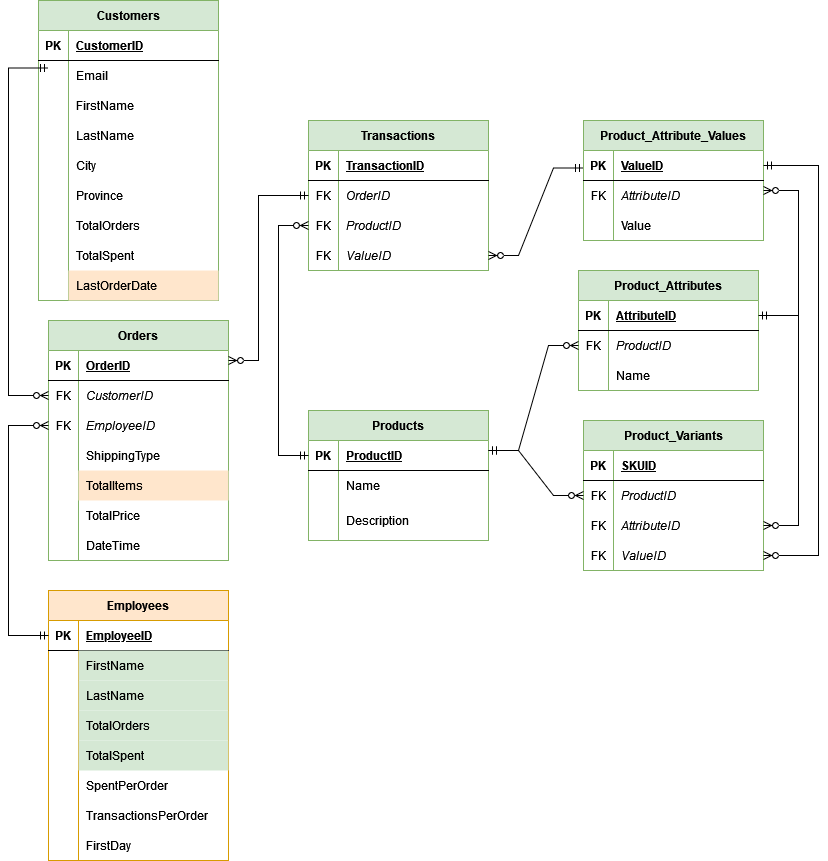
Before: extras/SchemaV2.png, a diagram exported from draw.io (fynnweaver/Shopify_Relational_Database). Source tidied: cells renumbered, new cells last; positions are measured from the earlier drawing's top-left corner, leaving out a move shared by most shapes.
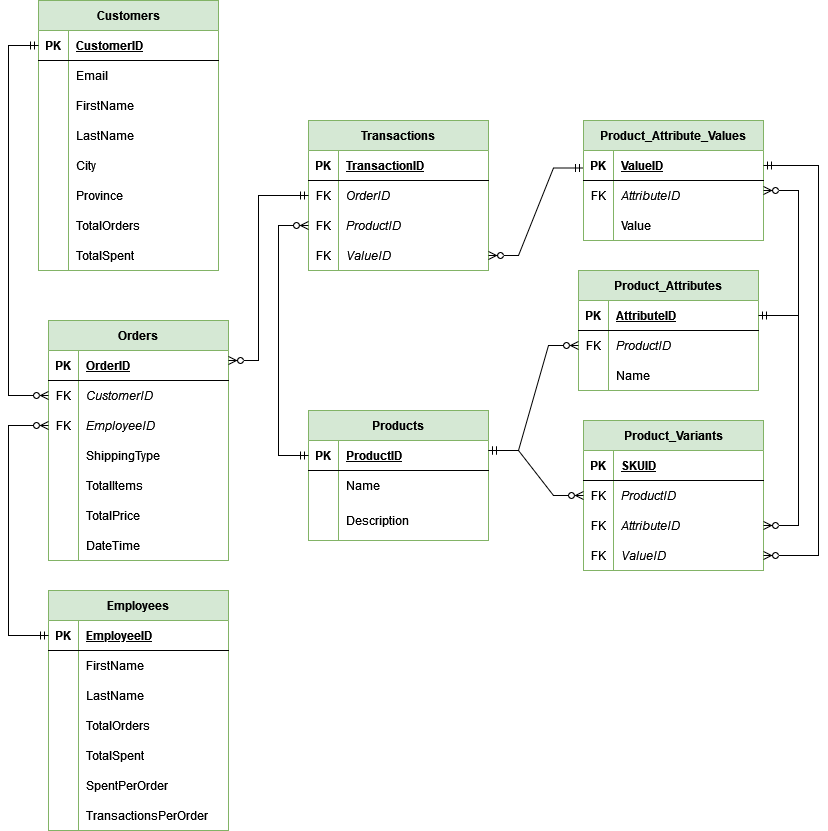
The same file after the commit.

Commit message:
Completed Schema table

What changed in the source:
```diff
@@ -132,7 +132,7 @@
       <mxGeometry x="30" width="150" height="30" as="geometry" />
     </mxCell>
     <mxCell id="45" value="Customers" style="shape=table;startSize=30;rowLines=0;fontStyle=1;align=center;fillColor=#d5e8d4;strokeColor=#82b366;" parent="1" vertex="1">
-      <mxGeometry x="30" width="180" height="300" as="geometry" />
+      <mxGeometry x="30" width="180" height="270" as="geometry" />
     </mxCell>
     <mxCell id="46" style="shape=tableRow;horizontal=0;startSize=0;swimlaneHead=0;swimlaneBody=0;fillColor=none;points=[[0,0.5],[1,0.5]];portConstraint=eastwest;top=0;left=0;right=0;bottom=1;" parent="45" vertex="1">
       <mxGeometry y="30" width="180" height="30" as="geometry" />
@@ -206,15 +206,6 @@
     <mxCell id="69" value="TotalSpent" style="shape=partialRectangle;fillColor=none;top=0;left=0;bottom=0;right=0;align=left;spacingLeft=6;overflow=hidden;" parent="67" vertex="1">
       <mxGeometry x="30" width="150" height="30" as="geometry" />
     </mxCell>
-    <mxCell id="70" style="shape=tableRow;horizontal=0;startSize=0;swimlaneHead=0;swimlaneBody=0;fillColor=none;top=0;left=0;right=0;bottom=0;" parent="45" vertex="1">
-      <mxGeometry y="270" width="180" height="30" as="geometry" />
-    </mxCell>
-    <mxCell id="71" style="shape=partialRectangle;fillColor=none;top=0;left=0;bottom=0;right=0;overflow=hidden;" parent="70" vertex="1">
-      <mxGeometry width="30" height="30" as="geometry" />
-    </mxCell>
-    <mxCell id="72" value="LastOrderDate" style="shape=partialRectangle;fillColor=#ffe6cc;top=0;left=0;bottom=0;right=0;align=left;spacingLeft=6;overflow=hidden;strokeColor=#d79b00;" parent="70" vertex="1">
-      <mxGeometry x="30" width="150" height="30" as="geometry" />
-    </mxCell>
     <mxCell id="73" value="Orders" style="shape=table;startSize=30;rowLines=0;fontStyle=1;align=center;fillColor=#d5e8d4;strokeColor=#82b366;" parent="1" vertex="1">
       <mxGeometry x="40" y="320" width="180" height="240" as="geometry" />
     </mxCell>
@@ -260,7 +251,7 @@
     <mxCell id="87" style="shape=partialRectangle;fillColor=none;top=0;left=0;bottom=0;right=0;overflow=hidden;" parent="86" vertex="1">
       <mxGeometry width="30" height="30" as="geometry" />
     </mxCell>
-    <mxCell id="88" value="TotalItems" style="shape=partialRectangle;fillColor=#ffe6cc;top=0;left=0;bottom=0;right=0;align=left;spacingLeft=6;overflow=hidden;strokeColor=#d79b00;" parent="86" vertex="1">
+    <mxCell id="88" value="TotalItems" style="shape=partialRectangle;top=0;left=0;bottom=0;right=0;align=left;spacingLeft=6;overflow=hidden;fillColor=none;" parent="86" vertex="1">
       <mxGeometry x="30" width="150" height="30" as="geometry" />
     </mxCell>
     <mxCell id="89" style="shape=tableRow;horizontal=0;startSize=0;swimlaneHead=0;swimlaneBody=0;fillColor=none;top=0;left=0;right=0;bottom=0;" parent="73" vertex="1">
@@ -320,8 +311,8 @@
     <mxCell id="107" value="ValueID" style="shape=partialRectangle;fillColor=none;top=0;left=0;bottom=0;right=0;align=left;spacingLeft=6;overflow=hidden;fontStyle=2;" parent="105" vertex="1">
       <mxGeometry x="30" width="150" height="30" as="geometry" />
     </mxCell>
-    <mxCell id="108" value="Employees" style="shape=table;startSize=30;rowLines=0;fontStyle=1;align=center;fillColor=#ffe6cc;strokeColor=#d79b00;" parent="1" vertex="1">
-      <mxGeometry x="40" y="590" width="180" height="270" as="geometry" />
+    <mxCell id="108" value="Employees" style="shape=table;startSize=30;rowLines=0;fontStyle=1;align=center;fillColor=#d5e8d4;strokeColor=#82b366;" parent="1" vertex="1">
+      <mxGeometry x="40" y="590" width="180" height="240" as="geometry" />
     </mxCell>
     <mxCell id="109" style="shape=tableRow;horizontal=0;startSize=0;swimlaneHead=0;swimlaneBody=0;fillColor=none;points=[[0,0.5],[1,0.5]];portConstraint=eastwest;top=0;left=0;right=0;bottom=1;" parent="108" vertex="1">
       <mxGeometry y="30" width="180" height="30" as="geometry" />
@@ -338,7 +329,7 @@
     <mxCell id="113" style="shape=partialRectangle;fillColor=none;top=0;left=0;bottom=0;right=0;overflow=hidden;" parent="112" vertex="1">
       <mxGeometry width="30" height="30" as="geometry" />
     </mxCell>
-    <mxCell id="114" value="FirstName" style="shape=partialRectangle;fillColor=#d5e8d4;top=0;left=0;bottom=0;right=0;align=left;spacingLeft=6;overflow=hidden;strokeColor=#82b366;" parent="112" vertex="1">
+    <mxCell id="114" value="FirstName" style="shape=partialRectangle;fillColor=none;top=0;left=0;bottom=0;right=0;align=left;spacingLeft=6;overflow=hidden;strokeColor=#82b366;" parent="112" vertex="1">
       <mxGeometry x="30" width="150" height="30" as="geometry" />
     </mxCell>
     <mxCell id="115" style="shape=tableRow;horizontal=0;startSize=0;swimlaneHead=0;swimlaneBody=0;fillColor=none;top=0;left=0;right=0;bottom=0;" parent="108" vertex="1">
@@ -347,7 +338,7 @@
     <mxCell id="116" style="shape=partialRectangle;fillColor=none;top=0;left=0;bottom=0;right=0;overflow=hidden;" parent="115" vertex="1">
       <mxGeometry width="30" height="30" as="geometry" />
     </mxCell>
-    <mxCell id="117" value="LastName" style="shape=partialRectangle;fillColor=#d5e8d4;top=0;left=0;bottom=0;right=0;align=left;spacingLeft=6;overflow=hidden;strokeColor=#82b366;" parent="115" vertex="1">
+    <mxCell id="117" value="LastName" style="shape=partialRectangle;fillColor=none;top=0;left=0;bottom=0;right=0;align=left;spacingLeft=6;overflow=hidden;strokeColor=#82b366;" parent="115" vertex="1">
       <mxGeometry x="30" width="150" height="30" as="geometry" />
     </mxCell>
     <mxCell id="118" style="shape=tableRow;horizontal=0;startSize=0;swimlaneHead=0;swimlaneBody=0;fillColor=none;top=0;left=0;right=0;bottom=0;" parent="108" vertex="1">
@@ -356,7 +347,7 @@
     <mxCell id="119" style="shape=partialRectangle;fillColor=none;top=0;left=0;bottom=0;right=0;overflow=hidden;" parent="118" vertex="1">
       <mxGeometry width="30" height="30" as="geometry" />
     </mxCell>
-    <mxCell id="120" value="TotalOrders" style="shape=partialRectangle;fillColor=#d5e8d4;top=0;left=0;bottom=0;right=0;align=left;spacingLeft=6;overflow=hidden;strokeColor=#82b366;" parent="118" vertex="1">
+    <mxCell id="120" value="TotalOrders" style="shape=partialRectangle;fillColor=none;top=0;left=0;bottom=0;right=0;align=left;spacingLeft=6;overflow=hidden;strokeColor=#82b366;" parent="118" vertex="1">
       <mxGeometry x="30" width="150" height="30" as="geometry" />
     </mxCell>
     <mxCell id="121" style="shape=tableRow;horizontal=0;startSize=0;swimlaneHead=0;swimlaneBody=0;fillColor=none;top=0;left=0;right=0;bottom=0;" parent="108" vertex="1">
@@ -365,7 +356,7 @@
     <mxCell id="122" style="shape=partialRectangle;fillColor=none;top=0;left=0;bottom=0;right=0;overflow=hidden;" parent="121" vertex="1">
       <mxGeometry width="30" height="30" as="geometry" />
     </mxCell>
-    <mxCell id="123" value="TotalSpent" style="shape=partialRectangle;fillColor=#d5e8d4;top=0;left=0;bottom=0;right=0;align=left;spacingLeft=6;overflow=hidden;strokeColor=#82b366;" parent="121" vertex="1">
+    <mxCell id="123" value="TotalSpent" style="shape=partialRectangle;fillColor=none;top=0;left=0;bottom=0;right=0;align=left;spacingLeft=6;overflow=hidden;strokeColor=#82b366;" parent="121" vertex="1">
       <mxGeometry x="30" width="150" height="30" as="geometry" />
     </mxCell>
     <mxCell id="124" style="shape=tableRow;horizontal=0;startSize=0;swimlaneHead=0;swimlaneBody=0;fillColor=none;top=0;left=0;right=0;bottom=0;" parent="108" vertex="1">
@@ -386,15 +377,6 @@
     <mxCell id="129" value="TransactionsPerOrder" style="shape=partialRectangle;fillColor=none;top=0;left=0;bottom=0;right=0;align=left;spacingLeft=6;overflow=hidden;" parent="127" vertex="1">
       <mxGeometry x="30" width="150" height="30" as="geometry" />
     </mxCell>
-    <mxCell id="130" style="shape=tableRow;horizontal=0;startSize=0;swimlaneHead=0;swimlaneBody=0;fillColor=none;top=0;left=0;right=0;bottom=0;" parent="108" vertex="1">
-      <mxGeometry y="240" width="180" height="30" as="geometry" />
-    </mxCell>
-    <mxCell id="131" style="shape=partialRectangle;fillColor=none;top=0;left=0;bottom=0;right=0;overflow=hidden;" parent="130" vertex="1">
-      <mxGeometry width="30" height="30" as="geometry" />
-    </mxCell>
-    <mxCell id="132" value="FirstDay" style="shape=partialRectangle;fillColor=none;top=0;left=0;bottom=0;right=0;align=left;spacingLeft=6;overflow=hidden;" parent="130" vertex="1">
-      <mxGeometry x="30" width="150" height="30" as="geometry" />
-    </mxCell>
     <mxCell id="133" style="edgeStyle=entityRelationEdgeStyle;fontSize=12;html=1;endArrow=ERzeroToMany;startArrow=ERmandOne;rounded=0;entryX=0;entryY=0.5;entryDx=0;entryDy=0;" parent="1" edge="1" target="36">
       <mxGeometry relative="1" as="geometry">
         <mxPoint x="480" y="450" as="sourcePoint" />
@@ -440,9 +422,8 @@
         </Array>
       </mxGeometry>
     </mxCell>
-    <mxCell id="140" style="edgeStyle=elbowEdgeStyle;fontSize=12;html=1;endArrow=ERmandOne;startArrow=ERzeroToMany;rounded=0;entryX=0;entryY=0.5;entryDx=0;entryDy=0;exitX=0;exitY=0.5;exitDx=0;exitDy=0;startFill=0;endFill=0;" parent="1" edge="1" source="77">
+    <mxCell id="140" style="edgeStyle=elbowEdgeStyle;fontSize=12;html=1;endArrow=ERmandOne;startArrow=ERzeroToMany;rounded=0;entryX=0;entryY=0.5;entryDx=0;entryDy=0;exitX=0;exitY=0.5;exitDx=0;exitDy=0;startFill=0;endFill=0;" parent="1" edge="1" source="77" target="46">
       <mxGeometry relative="1" as="geometry">
-        <mxPoint x="40" y="67.5" as="targetPoint" />
         <Array as="points">
           <mxPoint y="197.5" />
         </Array>
```
